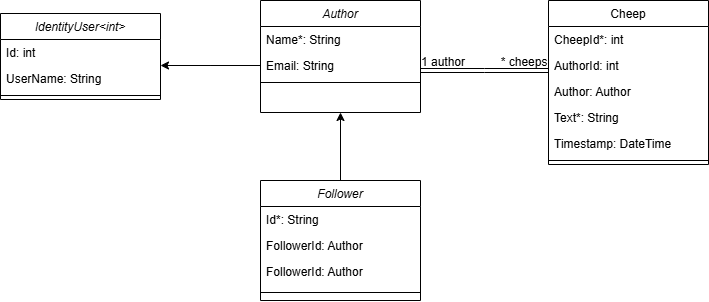
This is docs/images/domain_model_follower.drawio.png from ITU-BDSA2024-GROUP31/Chirp, a draw.io export, as it was before one commit. Source tidied: cells renumbered, new cells last; positions are measured from the earlier drawing's top-left corner, leaving out a move shared by most shapes. Source of this version:
```xml
<mxGraphModel>
  <root>
    <mxCell id="0" />
    <mxCell id="1" parent="0" />
    <mxCell id="2" value="Author" style="swimlane;fontStyle=2;align=center;verticalAlign=top;horizontal=1;startSize=26;rounded=0;shadow=0;strokeWidth=1;" parent="1" vertex="1">
      <mxGeometry x="260" width="160" height="112" as="geometry" />
    </mxCell>
    <mxCell id="3" value="Name*: String" style="text;align=left;verticalAlign=top;spacingLeft=4;spacingRight=4;overflow=hidden;" parent="2" vertex="1">
      <mxGeometry y="26" width="160" height="26" as="geometry" />
    </mxCell>
    <mxCell id="4" style="edgeStyle=orthogonalEdgeStyle;rounded=0;jettySize=auto;html=1;exitX=0;exitY=0.5;exitDx=0;exitDy=0;" parent="2" edge="1" source="5">
      <mxGeometry relative="1" as="geometry">
        <mxPoint x="-100" y="65" as="targetPoint" />
      </mxGeometry>
    </mxCell>
    <mxCell id="5" value="Email: String" style="text;align=left;verticalAlign=top;spacingLeft=4;spacingRight=4;overflow=hidden;points=[[0,0.5],[1,0.5]];portConstraint=eastwest;rounded=0;shadow=0;html=0;" parent="2" vertex="1">
      <mxGeometry y="52" width="160" height="26" as="geometry" />
    </mxCell>
    <mxCell id="6" style="line;html=1;strokeWidth=1;align=left;verticalAlign=middle;spacingTop=-1;spacingLeft=3;spacingRight=3;labelPosition=right;" parent="2" vertex="1">
      <mxGeometry y="78" width="160" height="8" as="geometry" />
    </mxCell>
    <mxCell id="7" value="Cheep" style="swimlane;fontStyle=0;align=center;verticalAlign=top;horizontal=1;startSize=26;rounded=0;shadow=0;strokeWidth=1;" parent="1" vertex="1">
      <mxGeometry x="548" width="160" height="164" as="geometry" />
    </mxCell>
    <mxCell id="8" value="CheepId*: int" style="text;align=left;verticalAlign=top;spacingLeft=4;spacingRight=4;overflow=hidden;" parent="7" vertex="1">
      <mxGeometry y="26" width="160" height="26" as="geometry" />
    </mxCell>
    <mxCell id="9" value="AuthorId: int" style="text;align=left;verticalAlign=top;spacingLeft=4;spacingRight=4;overflow=hidden;rounded=0;shadow=0;html=0;" parent="7" vertex="1">
      <mxGeometry y="52" width="160" height="26" as="geometry" />
    </mxCell>
    <mxCell id="10" value="Author: Author" style="text;align=left;verticalAlign=top;spacingLeft=4;spacingRight=4;overflow=hidden;rounded=0;shadow=0;html=0;" parent="7" vertex="1">
      <mxGeometry y="78" width="160" height="26" as="geometry" />
    </mxCell>
    <mxCell id="11" value="Text*: String" style="text;align=left;verticalAlign=top;spacingLeft=4;spacingRight=4;overflow=hidden;rounded=0;shadow=0;html=0;" parent="7" vertex="1">
      <mxGeometry y="104" width="160" height="26" as="geometry" />
    </mxCell>
    <mxCell id="12" value="Timestamp: DateTime" style="text;align=left;verticalAlign=top;spacingLeft=4;spacingRight=4;overflow=hidden;rounded=0;shadow=0;html=0;" parent="7" vertex="1">
      <mxGeometry y="130" width="160" height="26" as="geometry" />
    </mxCell>
    <mxCell id="13" style="line;html=1;strokeWidth=1;align=left;verticalAlign=middle;spacingTop=-1;spacingLeft=3;spacingRight=3;labelPosition=right;" parent="7" vertex="1">
      <mxGeometry y="156" width="160" height="8" as="geometry" />
    </mxCell>
    <mxCell id="14" style="endArrow=open;shadow=0;strokeWidth=1;rounded=0;curved=0;endFill=1;edgeStyle=elbowEdgeStyle;elbow=vertical;shape=link;strokeColor=default;" parent="1" edge="1" source="2" target="7">
      <mxGeometry x="0.5" y="41" relative="1" as="geometry">
        <Array as="points">
          <mxPoint x="484" y="70" />
        </Array>
        <mxPoint x="-40" y="32" as="offset" />
      </mxGeometry>
    </mxCell>
    <mxCell id="15" value="1 author" style="align=left;verticalAlign=bottom;labelBackgroundColor=none;fontSize=12;" parent="14" vertex="1">
      <mxGeometry x="-1" relative="1" as="geometry">
        <mxPoint x="-1" as="offset" />
      </mxGeometry>
    </mxCell>
    <mxCell id="16" value="* cheeps" style="align=right;verticalAlign=bottom;labelBackgroundColor=none;fontSize=12;" parent="14" vertex="1">
      <mxGeometry x="1" relative="1" as="geometry" />
    </mxCell>
    <mxCell id="17" value="IdentityUser&lt;int&gt;" style="swimlane;fontStyle=2;align=center;verticalAlign=top;horizontal=1;startSize=26;rounded=0;shadow=0;strokeWidth=1;" parent="1" vertex="1">
      <mxGeometry y="13" width="160" height="86" as="geometry" />
    </mxCell>
    <mxCell id="18" value="Id: int" style="text;align=left;verticalAlign=top;spacingLeft=4;spacingRight=4;overflow=hidden;" parent="17" vertex="1">
      <mxGeometry y="26" width="160" height="26" as="geometry" />
    </mxCell>
    <mxCell id="19" value="UserName: String" style="text;align=left;verticalAlign=top;spacingLeft=4;spacingRight=4;overflow=hidden;rounded=0;shadow=0;html=0;" parent="17" vertex="1">
      <mxGeometry y="52" width="160" height="26" as="geometry" />
    </mxCell>
    <mxCell id="20" style="line;html=1;strokeWidth=1;align=left;verticalAlign=middle;spacingTop=-1;spacingLeft=3;spacingRight=3;labelPosition=right;" parent="17" vertex="1">
      <mxGeometry y="78" width="160" height="8" as="geometry" />
    </mxCell>
    <mxCell id="21" style="edgeStyle=orthogonalEdgeStyle;rounded=0;jettySize=auto;html=1;exitX=0.5;exitY=0;exitDx=0;exitDy=0;entryX=0.5;entryY=1;entryDx=0;entryDy=0;" parent="1" edge="1" source="22" target="2">
      <mxGeometry relative="1" as="geometry" />
    </mxCell>
    <mxCell id="22" value="Follower" style="swimlane;fontStyle=2;align=center;verticalAlign=top;horizontal=1;startSize=26;rounded=0;shadow=0;strokeWidth=1;" parent="1" vertex="1">
      <mxGeometry x="260" y="180" width="160" height="120" as="geometry" />
    </mxCell>
    <mxCell id="23" value="Id*: String" style="text;align=left;verticalAlign=top;spacingLeft=4;spacingRight=4;overflow=hidden;" parent="22" vertex="1">
      <mxGeometry y="26" width="160" height="26" as="geometry" />
    </mxCell>
    <mxCell id="24" value="FollowerId: Author" style="text;align=left;verticalAlign=top;spacingLeft=4;spacingRight=4;overflow=hidden;rounded=0;shadow=0;html=0;" parent="22" vertex="1">
      <mxGeometry y="52" width="160" height="26" as="geometry" />
    </mxCell>
    <mxCell id="25" value="FollowerId: Author" style="text;align=left;verticalAlign=top;spacingLeft=4;spacingRight=4;overflow=hidden;rounded=0;shadow=0;html=0;" parent="22" vertex="1">
      <mxGeometry y="78" width="160" height="26" as="geometry" />
    </mxCell>
    <mxCell id="26" style="line;html=1;strokeWidth=1;align=left;verticalAlign=middle;spacingTop=-1;spacingLeft=3;spacingRight=3;labelPosition=right;" parent="22" vertex="1">
      <mxGeometry y="104" width="160" height="16" as="geometry" />
    </mxCell>
  </root>
</mxGraphModel>
```
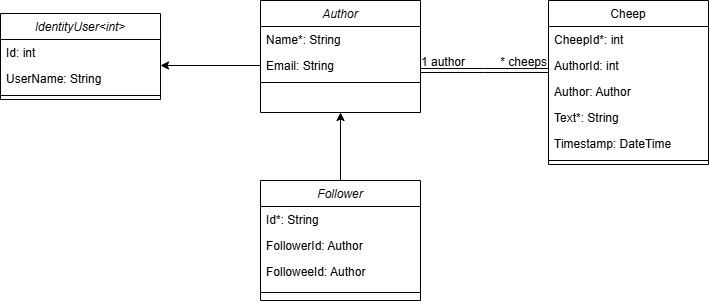
The same diagram one commit later.

Commit message:
report fixed domain model diagram

Diff of the diagram source:
```diff
@@ -80,7 +80,7 @@
     <mxCell id="24" value="FollowerId: Author" style="text;align=left;verticalAlign=top;spacingLeft=4;spacingRight=4;overflow=hidden;rounded=0;shadow=0;html=0;" parent="22" vertex="1">
       <mxGeometry y="52" width="160" height="26" as="geometry" />
     </mxCell>
-    <mxCell id="25" value="FollowerId: Author" style="text;align=left;verticalAlign=top;spacingLeft=4;spacingRight=4;overflow=hidden;rounded=0;shadow=0;html=0;" parent="22" vertex="1">
+    <mxCell id="25" value="FolloweeId: Author" style="text;align=left;verticalAlign=top;spacingLeft=4;spacingRight=4;overflow=hidden;rounded=0;shadow=0;html=0;" parent="22" vertex="1">
       <mxGeometry y="78" width="160" height="26" as="geometry" />
     </mxCell>
     <mxCell id="26" style="line;html=1;strokeWidth=1;align=left;verticalAlign=middle;spacingTop=-1;spacingLeft=3;spacingRight=3;labelPosition=right;" parent="22" vertex="1">
```
